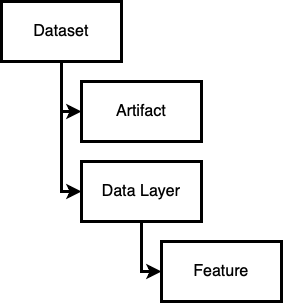
Above: visuals/tdis-model-diagram.png in TexasDIS/metadata (draw.io), before the change. Source tidied: cells renumbered, new cells last; positions are measured from the earlier drawing's top-left corner, leaving out a move shared by most shapes.
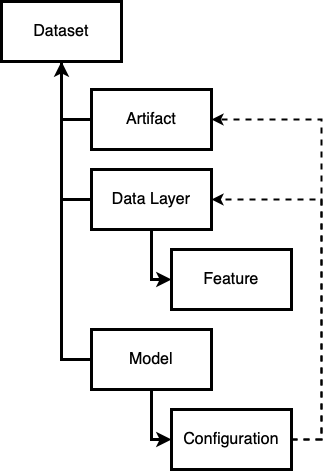
The same file after the commit.

What changed in the source:
```diff
@@ -2,30 +2,62 @@
   <root>
     <mxCell id="0" />
     <mxCell id="1" parent="0" />
-    <mxCell id="2" style="edgeStyle=orthogonalEdgeStyle;rounded=0;jettySize=auto;html=1;exitX=0.5;exitY=1;exitDx=0;exitDy=0;entryX=0;entryY=0.5;entryDx=0;entryDy=0;strokeWidth=3;" parent="1" edge="1" source="4" target="5">
+    <mxCell id="2" style="edgeStyle=orthogonalEdgeStyle;rounded=0;jettySize=auto;html=1;exitX=0.5;exitY=1;exitDx=0;exitDy=0;entryX=0;entryY=0.5;entryDx=0;entryDy=0;strokeWidth=3;startArrow=classic;startFill=1;endArrow=none;endFill=0;" parent="1" edge="1" source="5" target="6">
       <mxGeometry relative="1" as="geometry" />
     </mxCell>
-    <mxCell id="3" style="edgeStyle=orthogonalEdgeStyle;rounded=0;jettySize=auto;html=1;exitX=0.5;exitY=1;exitDx=0;exitDy=0;entryX=0;entryY=0.5;entryDx=0;entryDy=0;strokeWidth=3;" parent="1" edge="1" source="4" target="6">
+    <mxCell id="3" style="edgeStyle=orthogonalEdgeStyle;rounded=0;jettySize=auto;html=1;exitX=0.5;exitY=1;exitDx=0;exitDy=0;entryX=0;entryY=0.5;entryDx=0;entryDy=0;strokeWidth=3;endArrow=none;endFill=0;" parent="1" edge="1" source="5" target="7">
       <mxGeometry relative="1" as="geometry" />
     </mxCell>
-    <mxCell id="4" value="&lt;font style=&quot;font-size: 16px&quot;&gt;Dataset&lt;/font&gt;" style="rounded=0;whiteSpace=wrap;html=1;strokeColor=#000000;strokeWidth=3;" parent="1" vertex="1">
-      <mxGeometry width="120" height="60" as="geometry" />
+    <mxCell id="4" style="edgeStyle=orthogonalEdgeStyle;rounded=0;jettySize=auto;html=1;exitX=0.5;exitY=1;exitDx=0;exitDy=0;entryX=0;entryY=0.5;entryDx=0;entryDy=0;strokeWidth=3;endArrow=none;endFill=0;" parent="1" edge="1" source="5" target="12">
+      <mxGeometry relative="1" as="geometry" />
     </mxCell>
-    <mxCell id="5" value="&lt;font style=&quot;font-size: 16px&quot;&gt;Artifact&lt;/font&gt;" style="rounded=0;whiteSpace=wrap;html=1;strokeColor=#000000;strokeWidth=3;" parent="1" vertex="1">
-      <mxGeometry x="80" y="80" width="120" height="60" as="geometry" />
+    <mxCell id="5" value="&lt;font style=&quot;font-size: 16px&quot;&gt;Dataset&lt;/font&gt;" style="rounded=0;whiteSpace=wrap;html=1;strokeColor=#000000;strokeWidth=3;" parent="1" vertex="1">
+      <mxGeometry x="-10" y="42" width="120" height="60" as="geometry" />
     </mxCell>
-    <mxCell id="6" value="&lt;font style=&quot;font-size: 16px&quot;&gt;Data Layer&lt;/font&gt;" style="rounded=0;whiteSpace=wrap;html=1;strokeColor=#000000;strokeWidth=3;" parent="1" vertex="1">
-      <mxGeometry x="80" y="160" width="120" height="60" as="geometry" />
+    <mxCell id="6" value="&lt;font style=&quot;font-size: 16px&quot;&gt;Artifact&lt;/font&gt;" style="rounded=0;whiteSpace=wrap;html=1;strokeColor=#000000;strokeWidth=3;" parent="1" vertex="1">
+      <mxGeometry x="80" y="130" width="120" height="60" as="geometry" />
     </mxCell>
-    <mxCell id="7" style="edgeStyle=orthogonalEdgeStyle;rounded=0;jettySize=auto;html=1;entryX=0;entryY=0.5;entryDx=0;entryDy=0;strokeWidth=3;exitX=0.5;exitY=1;exitDx=0;exitDy=0;" parent="1" edge="1" source="6" target="8">
-      <mxGeometry relative="1" as="geometry">
-        <Array as="points">
-          <mxPoint x="140" y="270" />
-        </Array>
-      </mxGeometry>
+    <mxCell id="7" value="&lt;font style=&quot;font-size: 16px&quot;&gt;Data Layer&lt;/font&gt;" style="rounded=0;whiteSpace=wrap;html=1;strokeColor=#000000;strokeWidth=3;" parent="1" vertex="1">
+      <mxGeometry x="80" y="210" width="120" height="60" as="geometry" />
     </mxCell>
-    <mxCell id="8" value="&lt;font style=&quot;font-size: 16px&quot;&gt;Feature&lt;/font&gt;" style="rounded=0;whiteSpace=wrap;html=1;strokeColor=#000000;strokeWidth=3;" parent="1" vertex="1">
-      <mxGeometry x="160" y="240" width="120" height="60" as="geometry" />
+    <mxCell id="8" style="edgeStyle=orthogonalEdgeStyle;rounded=0;jettySize=auto;html=1;entryX=0;entryY=0.5;entryDx=0;entryDy=0;strokeWidth=3;exitX=0.5;exitY=1;exitDx=0;exitDy=0;" parent="1" edge="1" source="7" target="9">
+      <mxGeometry relative="1" as="geometry">
+        <Array as="points">
+          <mxPoint x="140" y="320" />
+        </Array>
+      </mxGeometry>
     </mxCell>
+    <mxCell id="9" value="&lt;font style=&quot;font-size: 16px&quot;&gt;Feature&lt;/font&gt;" style="rounded=0;whiteSpace=wrap;html=1;strokeColor=#000000;strokeWidth=3;" parent="1" vertex="1">
+      <mxGeometry x="160" y="290" width="120" height="60" as="geometry" />
+    </mxCell>
+    <mxCell id="10" style="edgeStyle=orthogonalEdgeStyle;rounded=0;jettySize=auto;html=1;exitX=1;exitY=0.5;exitDx=0;exitDy=0;entryX=1;entryY=0.5;entryDx=0;entryDy=0;strokeWidth=2;dashed=1;" parent="1" edge="1" source="14" target="6">
+      <mxGeometry relative="1" as="geometry">
+        <Array as="points">
+          <mxPoint x="310" y="480" />
+          <mxPoint x="310" y="160" />
+        </Array>
+      </mxGeometry>
+    </mxCell>
+    <mxCell id="11" style="edgeStyle=orthogonalEdgeStyle;rounded=0;jettySize=auto;html=1;exitX=1;exitY=0.5;exitDx=0;exitDy=0;entryX=1;entryY=0.5;entryDx=0;entryDy=0;strokeWidth=2;dashed=1;" parent="1" edge="1" source="14" target="7">
+      <mxGeometry relative="1" as="geometry">
+        <Array as="points">
+          <mxPoint x="310" y="480" />
+          <mxPoint x="310" y="240" />
+        </Array>
+      </mxGeometry>
+    </mxCell>
+    <mxCell id="12" value="&lt;font style=&quot;font-size: 16px&quot;&gt;Model&lt;/font&gt;" style="rounded=0;whiteSpace=wrap;html=1;strokeColor=#000000;strokeWidth=3;" parent="1" vertex="1">
+      <mxGeometry x="80" y="370" width="120" height="60" as="geometry" />
+    </mxCell>
+    <mxCell id="13" style="edgeStyle=orthogonalEdgeStyle;rounded=0;jettySize=auto;html=1;entryX=0;entryY=0.5;entryDx=0;entryDy=0;strokeWidth=3;exitX=0.5;exitY=1;exitDx=0;exitDy=0;" parent="1" edge="1" source="12" target="14">
+      <mxGeometry relative="1" as="geometry">
+        <Array as="points">
+          <mxPoint x="140" y="480" />
+        </Array>
+      </mxGeometry>
+    </mxCell>
+    <mxCell id="14" value="&lt;font style=&quot;font-size: 16px&quot;&gt;Configuration&lt;/font&gt;" style="rounded=0;whiteSpace=wrap;html=1;strokeColor=#000000;strokeWidth=3;" parent="1" vertex="1">
+      <mxGeometry x="160" y="450" width="120" height="60" as="geometry" />
+    </mxCell>
   </root>
 </mxGraphModel>
```
